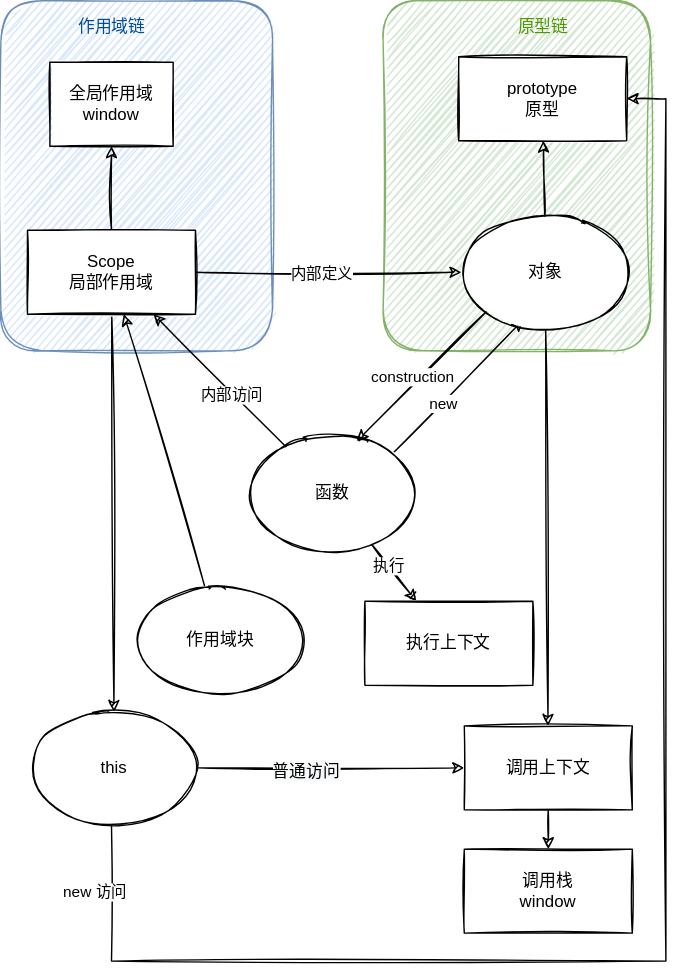
This is computer/language/ECMAScript/scope&context&prototype.svg from Jie6/draw.io_store_open, a draw.io export, as it was before one commit. Source tidied: cells renumbered, new cells last; positions are measured from the earlier drawing's top-left corner, leaving out a move shared by most shapes.
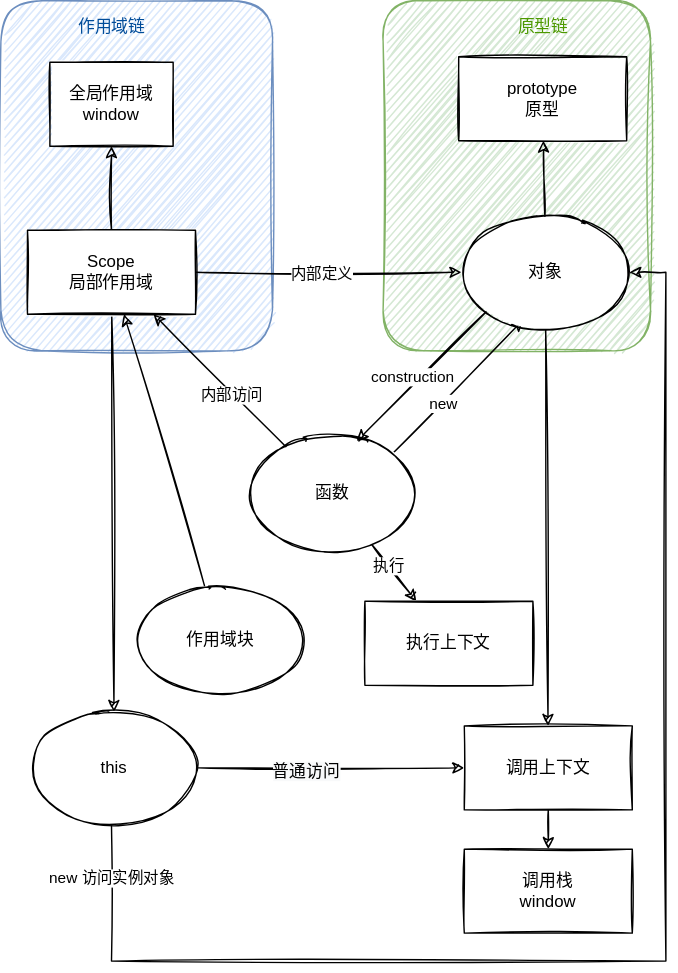
After the change.

Commit message:
:heavy_plus_sign:

The edit, as a diff of the source:
```diff
@@ -78,18 +78,18 @@
         <mxPoint x="17" as="offset" />
       </mxGeometry>
     </mxCell>
-    <mxCell id="24" style="rounded=0;jettySize=auto;html=1;edgeStyle=orthogonalEdgeStyle;sketch=1;" parent="1" edge="1" source="26" target="33">
+    <mxCell id="24" style="rounded=0;jettySize=auto;html=1;edgeStyle=orthogonalEdgeStyle;sketch=1;entryX=1;entryY=0.5;entryDx=0;entryDy=0;" parent="1" edge="1" source="26" target="34">
       <mxGeometry relative="1" as="geometry">
         <Array as="points">
           <mxPoint x="79" y="686" />
           <mxPoint x="475" y="686" />
-          <mxPoint x="475" y="70" />
+          <mxPoint x="475" y="194" />
         </Array>
       </mxGeometry>
     </mxCell>
-    <mxCell id="25" value="new 访问" style="edgeLabel;html=1;align=center;verticalAlign=middle;sketch=1;" parent="24" vertex="1">
+    <mxCell id="25" value="new 访问实例对象" style="edgeLabel;html=1;align=center;verticalAlign=middle;sketch=1;" parent="24" vertex="1">
       <mxGeometry x="-0.74" y="2" relative="1" as="geometry">
-        <mxPoint x="-60" y="-48" as="offset" />
+        <mxPoint x="-32" y="-58" as="offset" />
       </mxGeometry>
     </mxCell>
     <mxCell id="26" value="this&lt;span style=&quot;color: rgba(0 , 0 , 0 , 0) ; font-family: monospace ; font-size: 0px&quot;&gt;%3CmxGraphModel%3E%3Croot%3E%3CmxCell%20id%3D%220%22%2F%3E%3CmxCell%20id%3D%221%22%20parent%3D%220%22%2F%3E%3CmxCell%20id%3D%222%22%20value%3D%22%E8%B0%83%E7%94%A8%E4%B8%8A%E4%B8%8B%E6%96%87%22%20style%3D%22edgeLabel%3Bhtml%3D1%3Balign%3Dcenter%3BverticalAlign%3Dmiddle%3Bresizable%3D0%3Bpoints%3D%5B%5D%3B%22%20vertex%3D%221%22%20connectable%3D%220%22%20parent%3D%221%22%3E%3CmxGeometry%20x%3D%22292.0047059467821%22%20y%3D%22639.620803979748%22%20as%3D%22geometry%22%2F%3E%3C%2FmxCell%3E%3C%2Froot%3E%3C%2FmxGraphModel%3E&lt;/span&gt;" style="ellipse;whiteSpace=wrap;html=1;sketch=1;" parent="1" vertex="1">
```
